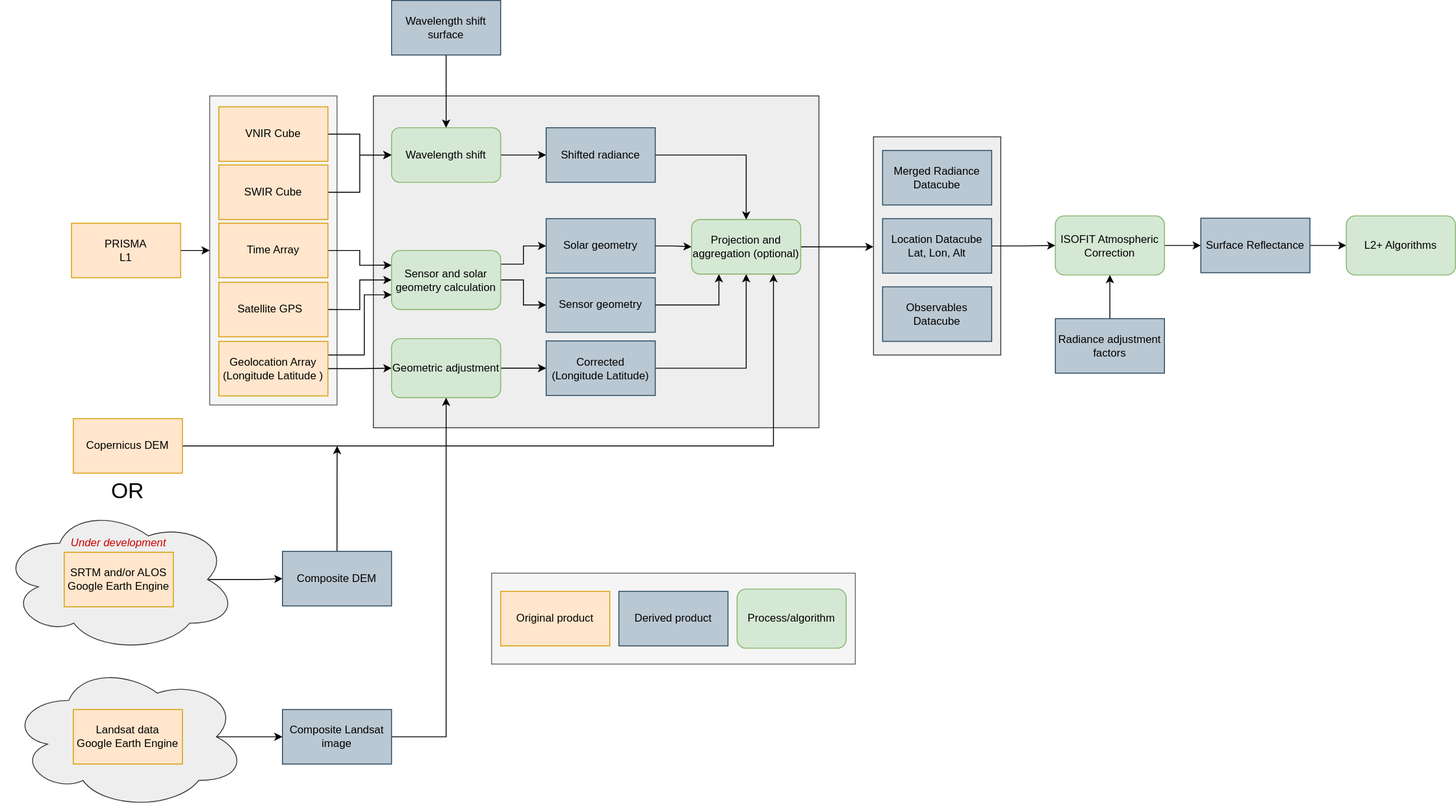
Before: figures/prisma_workflow.svg, a diagram exported from draw.io (sister-jpl/sister). Source tidied: cells renumbered, new cells last; positions are measured from the earlier drawing's top-left corner, leaving out a move shared by most shapes.
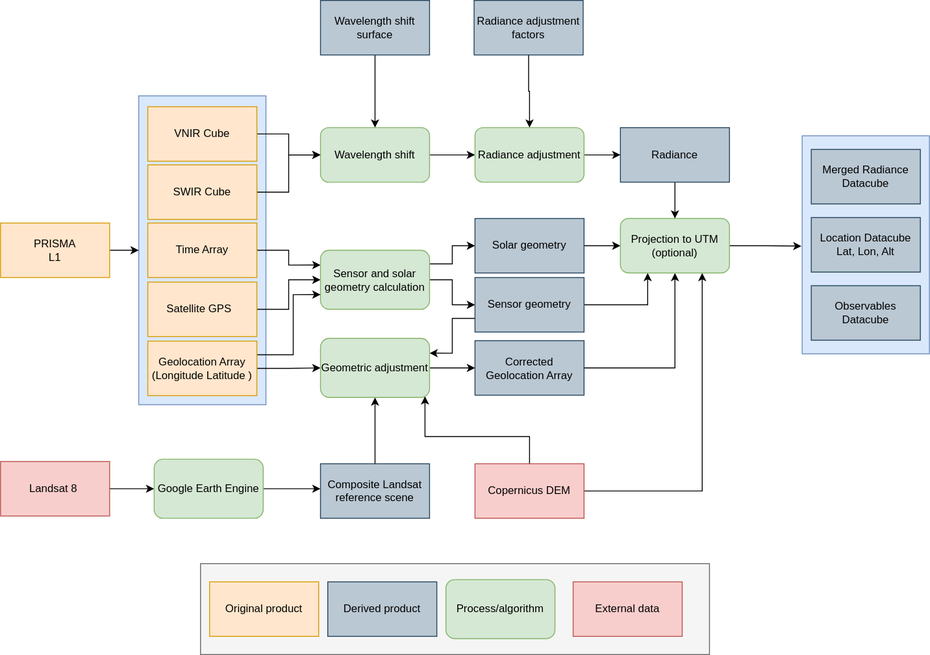
After the change.

Commit message:
Updated readme and workflow figure

Change to the diagram source:
```diff
@@ -1,2 +1,2 @@
-<mxGraphModel background="#FFFFFF">
+<mxGraphModel>
   <root>
@@ -4,14 +4,8 @@
     <mxCell id="1" parent="0" />
-    <mxCell id="2" style="rounded=0;whiteSpace=wrap;html=1;fillColor=#eeeeee;strokeColor=#36393d;" parent="1" vertex="1">
-      <mxGeometry x="410" y="105" width="490" height="365" as="geometry" />
-    </mxCell>
-    <mxCell id="3" style="edgeStyle=orthogonalEdgeStyle;rounded=0;jettySize=auto;html=1;exitX=0.875;exitY=0.5;exitDx=0;exitDy=0;entryX=0;entryY=0.5;entryDx=0;entryDy=0;exitPerimeter=0;" parent="1" edge="1" source="43" target="47">
-      <mxGeometry relative="1" as="geometry" />
-    </mxCell>
-    <mxCell id="4" style="rounded=0;whiteSpace=wrap;html=1;fillColor=#f5f5f5;strokeColor=#666666;fontColor=#333333;" parent="1" vertex="1">
-      <mxGeometry x="230" y="105" width="140" height="340" as="geometry" />
-    </mxCell>
-    <mxCell id="5" style="edgeStyle=orthogonalEdgeStyle;rounded=0;jettySize=auto;html=1;entryX=0;entryY=0.5;entryDx=0;entryDy=0;" parent="1" edge="1" source="6" target="4">
-      <mxGeometry relative="1" as="geometry" />
-    </mxCell>
+    <mxCell id="70" style="rounded=0;whiteSpace=wrap;html=1;fillColor=#dae8fc;strokeColor=#6c8ebf;" parent="1" vertex="1">
+      <mxGeometry x="230" y="105" width="140" height="340" as="geometry" />
+    </mxCell>
+    <mxCell id="71" style="edgeStyle=orthogonalEdgeStyle;rounded=0;jettySize=auto;html=1;entryX=0;entryY=0.5;entryDx=0;entryDy=0;" parent="1" edge="1" source="6" target="70">
+      <mxGeometry relative="1" as="geometry" />
+    </mxCell>
     <mxCell id="6" value="PRISMA&lt;br&gt;L1" style="rounded=0;whiteSpace=wrap;html=1;fillColor=#ffe6cc;strokeColor=#d79b00;" parent="1" vertex="1">
@@ -19,13 +13,7 @@
     </mxCell>
-    <mxCell id="7" style="edgeStyle=orthogonalEdgeStyle;rounded=0;jettySize=auto;html=1;entryX=0.5;entryY=1;entryDx=0;entryDy=0;" parent="1" edge="1" source="8" target="38">
-      <mxGeometry relative="1" as="geometry" />
-    </mxCell>
-    <mxCell id="8" value="Radiance adjustment factors" style="rounded=0;whiteSpace=wrap;html=1;fillColor=#bac8d3;strokeColor=#23445d;" parent="1" vertex="1">
-      <mxGeometry x="1160" y="350" width="120" height="60" as="geometry" />
-    </mxCell>
-    <mxCell id="9" style="edgeStyle=orthogonalEdgeStyle;rounded=0;jettySize=auto;html=1;entryX=0;entryY=0.5;entryDx=0;entryDy=0;" parent="1" edge="1" source="10">
-      <mxGeometry relative="1" as="geometry">
-        <mxPoint x="600" y="170" as="targetPoint" />
-      </mxGeometry>
-    </mxCell>
+    <mxCell id="72" style="edgeStyle=orthogonalEdgeStyle;rounded=0;jettySize=auto;html=1;entryX=0;entryY=0.5;entryDx=0;entryDy=0;" parent="1" edge="1" source="10">
+      <mxGeometry relative="1" as="geometry">
+        <mxPoint x="600" y="170" as="targetPoint" />
+      </mxGeometry>
+    </mxCell>
     <mxCell id="10" value="Wavelength shift" style="rounded=1;whiteSpace=wrap;html=1;fillColor=#d5e8d4;strokeColor=#82b366;" parent="1" vertex="1">
@@ -63,7 +51,15 @@
     </mxCell>
-    <mxCell id="21" style="edgeStyle=orthogonalEdgeStyle;rounded=0;jettySize=auto;html=1;entryX=0.75;entryY=1;entryDx=0;entryDy=0;" parent="1" edge="1" source="22" target="58">
-      <mxGeometry relative="1" as="geometry" />
-    </mxCell>
+    <mxCell id="73" style="edgeStyle=orthogonalEdgeStyle;rounded=0;jettySize=auto;html=1;entryX=0.75;entryY=1;entryDx=0;entryDy=0;" parent="1" edge="1" source="22" target="84">
+      <mxGeometry relative="1" as="geometry" />
+    </mxCell>
+    <mxCell id="74" style="edgeStyle=orthogonalEdgeStyle;rounded=0;jettySize=auto;html=1;entryX=0.958;entryY=0.981;entryDx=0;entryDy=0;entryPerimeter=0;" parent="1" edge="1" source="22" target="56">
+      <mxGeometry relative="1" as="geometry">
+        <Array as="points">
+          <mxPoint x="660" y="480" />
+          <mxPoint x="545" y="480" />
+        </Array>
+      </mxGeometry>
+    </mxCell>
-    <mxCell id="22" value="Copernicus DEM" style="rounded=0;whiteSpace=wrap;html=1;fillColor=#ffe6cc;strokeColor=#d79b00;" parent="1" vertex="1">
-      <mxGeometry x="80" y="460" width="120" height="60" as="geometry" />
+    <mxCell id="22" value="Copernicus DEM" style="rounded=0;whiteSpace=wrap;html=1;fillColor=#f8cecc;strokeColor=#b85450;" parent="1" vertex="1">
+      <mxGeometry x="600" y="510" width="120" height="60" as="geometry" />
     </mxCell>
@@ -97,15 +93,19 @@
     </mxCell>
-    <mxCell id="29" style="edgeStyle=orthogonalEdgeStyle;rounded=0;jettySize=auto;html=1;entryX=0.5;entryY=1;entryDx=0;entryDy=0;" parent="1" edge="1" source="30" target="56">
-      <mxGeometry relative="1" as="geometry">
-        <Array as="points">
-          <mxPoint x="490" y="810" />
-        </Array>
-      </mxGeometry>
-    </mxCell>
-    <mxCell id="30" value="Composite Landsat image" style="rounded=0;whiteSpace=wrap;html=1;fillColor=#bac8d3;strokeColor=#23445d;" parent="1" vertex="1">
-      <mxGeometry x="310" y="780" width="120" height="60" as="geometry" />
-    </mxCell>
-    <mxCell id="31" style="edgeStyle=orthogonalEdgeStyle;rounded=0;jettySize=auto;html=1;entryX=0.25;entryY=1;entryDx=0;entryDy=0;" parent="1" edge="1" source="32" target="58">
-      <mxGeometry relative="1" as="geometry" />
-    </mxCell>
+    <mxCell id="75" style="edgeStyle=orthogonalEdgeStyle;rounded=0;jettySize=auto;html=1;entryX=0.5;entryY=1;entryDx=0;entryDy=0;" parent="1" edge="1" source="76" target="56">
+      <mxGeometry relative="1" as="geometry" />
+    </mxCell>
+    <mxCell id="76" value="Composite Landsat reference scene" style="rounded=0;whiteSpace=wrap;html=1;fillColor=#bac8d3;strokeColor=#23445d;" parent="1" vertex="1">
+      <mxGeometry x="430" y="510" width="120" height="60" as="geometry" />
+    </mxCell>
+    <mxCell id="77" style="edgeStyle=orthogonalEdgeStyle;rounded=0;jettySize=auto;html=1;entryX=0.25;entryY=1;entryDx=0;entryDy=0;" parent="1" edge="1" source="32" target="84">
+      <mxGeometry relative="1" as="geometry" />
+    </mxCell>
+    <mxCell id="78" style="edgeStyle=orthogonalEdgeStyle;rounded=0;jettySize=auto;html=1;entryX=1;entryY=0.25;entryDx=0;entryDy=0;" parent="1" edge="1" source="32" target="56">
+      <mxGeometry relative="1" as="geometry">
+        <Array as="points">
+          <mxPoint x="575" y="350" />
+          <mxPoint x="575" y="388" />
+        </Array>
+      </mxGeometry>
+    </mxCell>
     <mxCell id="32" value="Sensor geometry" style="rounded=0;whiteSpace=wrap;html=1;fillColor=#bac8d3;strokeColor=#23445d;" parent="1" vertex="1">
@@ -113,5 +113,5 @@
     </mxCell>
-    <mxCell id="33" style="edgeStyle=orthogonalEdgeStyle;rounded=0;jettySize=auto;html=1;entryX=0;entryY=0.5;entryDx=0;entryDy=0;" parent="1" edge="1" source="34" target="58">
-      <mxGeometry relative="1" as="geometry" />
-    </mxCell>
+    <mxCell id="79" style="edgeStyle=orthogonalEdgeStyle;rounded=0;jettySize=auto;html=1;entryX=0;entryY=0.5;entryDx=0;entryDy=0;" parent="1" edge="1" source="34" target="84">
+      <mxGeometry relative="1" as="geometry" />
+    </mxCell>
     <mxCell id="34" value="Solar geometry" style="rounded=0;whiteSpace=wrap;html=1;fillColor=#bac8d3;strokeColor=#23445d;" parent="1" vertex="1">
@@ -119,111 +119,82 @@
     </mxCell>
-    <mxCell id="35" style="edgeStyle=orthogonalEdgeStyle;rounded=0;jettySize=auto;html=1;entryX=0.5;entryY=1;entryDx=0;entryDy=0;" parent="1" edge="1" source="36" target="58">
-      <mxGeometry relative="1" as="geometry" />
-    </mxCell>
-    <mxCell id="36" value="Corrected&lt;br&gt;(Longitude Latitude)" style="rounded=0;whiteSpace=wrap;html=1;fillColor=#bac8d3;strokeColor=#23445d;" parent="1" vertex="1">
-      <mxGeometry x="600" y="374.5" width="120" height="60" as="geometry" />
-    </mxCell>
-    <mxCell id="37" style="edgeStyle=orthogonalEdgeStyle;rounded=0;jettySize=auto;html=1;exitX=1;exitY=0.5;exitDx=0;exitDy=0;entryX=0;entryY=0.5;entryDx=0;entryDy=0;" parent="1" edge="1" source="38" target="68">
-      <mxGeometry relative="1" as="geometry" />
-    </mxCell>
-    <mxCell id="38" value="ISOFIT Atmospheric Correction" style="rounded=1;whiteSpace=wrap;html=1;fillColor=#d5e8d4;strokeColor=#82b366;" parent="1" vertex="1">
-      <mxGeometry x="1160" y="237" width="120" height="65" as="geometry" />
-    </mxCell>
-    <mxCell id="39" style="group;" parent="1" vertex="1">
-      <mxGeometry x="10" y="730" width="260" height="160" as="geometry" />
-    </mxCell>
-    <mxCell id="40" style="ellipse;shape=cloud;whiteSpace=wrap;html=1;fillColor=#eeeeee;strokeColor=#36393d;" parent="39" vertex="1">
-      <mxGeometry width="260" height="160" as="geometry" />
-    </mxCell>
-    <mxCell id="41" value="Landsat data&lt;br&gt;Google Earth Engine" style="rounded=0;whiteSpace=wrap;html=1;fillColor=#ffe6cc;strokeColor=#d79b00;" parent="39" vertex="1">
-      <mxGeometry x="70" y="50" width="120" height="60" as="geometry" />
-    </mxCell>
-    <mxCell id="42" style="group;" parent="1" vertex="1">
-      <mxGeometry y="557" width="260" height="160" as="geometry" />
-    </mxCell>
-    <mxCell id="43" style="ellipse;shape=cloud;whiteSpace=wrap;html=1;fillColor=#eeeeee;strokeColor=#36393d;" parent="42" vertex="1">
-      <mxGeometry width="260" height="160" as="geometry" />
-    </mxCell>
-    <mxCell id="44" value="SRTM and/or ALOS&lt;br&gt;Google Earth Engine" style="rounded=0;whiteSpace=wrap;html=1;fillColor=#ffe6cc;strokeColor=#d79b00;" parent="42" vertex="1">
-      <mxGeometry x="70" y="50" width="120" height="60" as="geometry" />
-    </mxCell>
-    <mxCell id="45" value="&lt;font color=&quot;#cc0000&quot;&gt;&lt;i&gt;Under development&lt;/i&gt;&lt;/font&gt;" style="text;html=1;strokeColor=none;fillColor=none;align=center;verticalAlign=middle;whiteSpace=wrap;rounded=0;dashed=1;" parent="42" vertex="1">
-      <mxGeometry x="74" y="30" width="112" height="20" as="geometry" />
-    </mxCell>
-    <mxCell id="46" style="edgeStyle=orthogonalEdgeStyle;rounded=0;jettySize=auto;html=1;exitX=0.5;exitY=0;exitDx=0;exitDy=0;" parent="1" edge="1" source="47">
-      <mxGeometry relative="1" as="geometry">
-        <mxPoint x="370.1" y="490" as="targetPoint" />
-      </mxGeometry>
-    </mxCell>
-    <mxCell id="47" value="Composite DEM" style="rounded=0;whiteSpace=wrap;html=1;fillColor=#bac8d3;strokeColor=#23445d;" parent="1" vertex="1">
-      <mxGeometry x="310" y="606" width="120" height="60" as="geometry" />
-    </mxCell>
-    <mxCell id="48" style="group;" parent="1" vertex="1">
-      <mxGeometry x="540" y="630" width="400" height="100" as="geometry" />
-    </mxCell>
-    <mxCell id="49" style="rounded=0;whiteSpace=wrap;html=1;fillColor=#f5f5f5;strokeColor=#666666;fontColor=#333333;" parent="48" vertex="1">
-      <mxGeometry width="400" height="100" as="geometry" />
-    </mxCell>
+    <mxCell id="80" style="edgeStyle=orthogonalEdgeStyle;rounded=0;jettySize=auto;html=1;entryX=0.5;entryY=1;entryDx=0;entryDy=0;" parent="1" edge="1" source="81" target="84">
+      <mxGeometry relative="1" as="geometry" />
+    </mxCell>
+    <mxCell id="81" value="Corrected&lt;br&gt;Geolocation Array" style="rounded=0;whiteSpace=wrap;html=1;fillColor=#bac8d3;strokeColor=#23445d;" parent="1" vertex="1">
+      <mxGeometry x="600" y="374.5" width="120" height="60" as="geometry" />
+    </mxCell>
+    <mxCell id="82" style="edgeStyle=orthogonalEdgeStyle;rounded=0;jettySize=auto;html=1;exitX=1;exitY=0.5;exitDx=0;exitDy=0;entryX=0;entryY=0.5;entryDx=0;entryDy=0;" parent="1" edge="1" source="56" target="81">
+      <mxGeometry relative="1" as="geometry" />
+    </mxCell>
+    <mxCell id="56" value="Geometric adjustment" style="rounded=1;whiteSpace=wrap;html=1;fillColor=#d5e8d4;strokeColor=#82b366;" parent="1" vertex="1">
+      <mxGeometry x="430" y="372" width="120" height="65" as="geometry" />
+    </mxCell>
+    <mxCell id="83" style="edgeStyle=orthogonalEdgeStyle;rounded=0;jettySize=auto;html=1;entryX=-0.006;entryY=0.506;entryDx=0;entryDy=0;entryPerimeter=0;" parent="1" edge="1" source="84" target="88">
+      <mxGeometry relative="1" as="geometry" />
+    </mxCell>
+    <mxCell id="84" value="Projection to UTM (optional)" style="rounded=1;whiteSpace=wrap;html=1;fillColor=#d5e8d4;strokeColor=#82b366;" parent="1" vertex="1">
+      <mxGeometry x="760" y="240" width="120" height="60" as="geometry" />
+    </mxCell>
+    <mxCell id="85" style="edgeStyle=orthogonalEdgeStyle;rounded=0;jettySize=auto;html=1;entryX=0.5;entryY=0;entryDx=0;entryDy=0;" parent="1" edge="1" source="86" target="84">
+      <mxGeometry relative="1" as="geometry" />
+    </mxCell>
+    <mxCell id="86" value="Radiance" style="rounded=0;whiteSpace=wrap;html=1;fillColor=#bac8d3;strokeColor=#23445d;" parent="1" vertex="1">
+      <mxGeometry x="760" y="140" width="120" height="60" as="geometry" />
+    </mxCell>
+    <mxCell id="87" style="group;" parent="1" vertex="1">
+      <mxGeometry x="960" y="149" width="140" height="240" as="geometry" />
+    </mxCell>
+    <mxCell id="88" style="rounded=0;whiteSpace=wrap;html=1;fillColor=#dae8fc;strokeColor=#6c8ebf;" parent="87" vertex="1">
+      <mxGeometry width="140" height="240" as="geometry" />
+    </mxCell>
+    <mxCell id="63" value="Location Datacube&lt;br&gt;Lat, Lon, Alt" style="rounded=0;whiteSpace=wrap;html=1;fillColor=#bac8d3;strokeColor=#23445d;" parent="87" vertex="1">
+      <mxGeometry x="10" y="90" width="120" height="60" as="geometry" />
+    </mxCell>
+    <mxCell id="64" value="Merged Radiance&lt;br&gt;Datacube" style="rounded=0;whiteSpace=wrap;html=1;fillColor=#bac8d3;strokeColor=#23445d;" parent="87" vertex="1">
+      <mxGeometry x="10" y="15" width="120" height="60" as="geometry" />
+    </mxCell>
+    <mxCell id="65" value="Observables Datacube&lt;br&gt;" style="rounded=0;whiteSpace=wrap;html=1;fillColor=#bac8d3;strokeColor=#23445d;" parent="87" vertex="1">
+      <mxGeometry x="10" y="165" width="120" height="60" as="geometry" />
+    </mxCell>
+    <mxCell id="89" style="edgeStyle=orthogonalEdgeStyle;rounded=0;jettySize=auto;html=1;entryX=0.5;entryY=0;entryDx=0;entryDy=0;" parent="1" edge="1" source="8" target="91">
+      <mxGeometry relative="1" as="geometry" />
+    </mxCell>
+    <mxCell id="8" value="Radiance adjustment factors" style="rounded=0;whiteSpace=wrap;html=1;fillColor=#bac8d3;strokeColor=#23445d;" parent="1" vertex="1">
+      <mxGeometry x="599" width="120" height="60" as="geometry" />
+    </mxCell>
+    <mxCell id="90" style="edgeStyle=orthogonalEdgeStyle;rounded=0;jettySize=auto;html=1;entryX=0;entryY=0.5;entryDx=0;entryDy=0;" parent="1" edge="1" source="91" target="86">
+      <mxGeometry relative="1" as="geometry" />
+    </mxCell>
+    <mxCell id="91" value="Radiance adjustment" style="rounded=1;whiteSpace=wrap;html=1;fillColor=#d5e8d4;strokeColor=#82b366;" parent="1" vertex="1">
+      <mxGeometry x="600" y="140" width="120" height="60" as="geometry" />
+    </mxCell>
+    <mxCell id="92" style="edgeStyle=orthogonalEdgeStyle;rounded=0;jettySize=auto;html=1;" parent="1" edge="1" source="93" target="95">
+      <mxGeometry relative="1" as="geometry" />
+    </mxCell>
+    <mxCell id="93" value="Landsat 8&amp;nbsp;" style="rounded=0;whiteSpace=wrap;html=1;fillColor=#f8cecc;strokeColor=#b85450;" parent="1" vertex="1">
+      <mxGeometry x="78" y="507.5" width="120" height="60" as="geometry" />
+    </mxCell>
+    <mxCell id="94" style="edgeStyle=orthogonalEdgeStyle;rounded=0;jettySize=auto;html=1;" parent="1" edge="1" source="95">
+      <mxGeometry relative="1" as="geometry">
+        <mxPoint x="430" y="537.5" as="targetPoint" />
+      </mxGeometry>
+    </mxCell>
+    <mxCell id="95" value="Google Earth Engine" style="rounded=1;whiteSpace=wrap;html=1;fillColor=#d5e8d4;strokeColor=#82b366;" parent="1" vertex="1">
+      <mxGeometry x="247" y="505" width="120" height="65" as="geometry" />
+    </mxCell>
+    <mxCell id="96" style="rounded=0;whiteSpace=wrap;html=1;fillColor=#f5f5f5;strokeColor=#666666;fontColor=#333333;" parent="1" vertex="1">
+      <mxGeometry x="298" y="620" width="560" height="100" as="geometry" />
+    </mxCell>
-    <mxCell id="50" value="Original product" style="rounded=0;whiteSpace=wrap;html=1;fillColor=#ffe6cc;strokeColor=#d79b00;" parent="48" vertex="1">
-      <mxGeometry x="10" y="20" width="120" height="60" as="geometry" />
+    <mxCell id="50" value="Original product" style="rounded=0;whiteSpace=wrap;html=1;fillColor=#ffe6cc;strokeColor=#d79b00;" parent="1" vertex="1">
+      <mxGeometry x="308" y="640" width="120" height="60" as="geometry" />
     </mxCell>
-    <mxCell id="51" value="Derived product" style="rounded=0;whiteSpace=wrap;html=1;fillColor=#bac8d3;strokeColor=#23445d;" parent="48" vertex="1">
-      <mxGeometry x="140" y="20" width="120" height="60" as="geometry" />
+    <mxCell id="51" value="Derived product" style="rounded=0;whiteSpace=wrap;html=1;fillColor=#bac8d3;strokeColor=#23445d;" parent="1" vertex="1">
+      <mxGeometry x="438" y="640" width="120" height="60" as="geometry" />
     </mxCell>
-    <mxCell id="52" value="Process/algorithm" style="rounded=1;whiteSpace=wrap;html=1;fillColor=#d5e8d4;strokeColor=#82b366;" parent="48" vertex="1">
-      <mxGeometry x="270" y="17.5" width="120" height="65" as="geometry" />
+    <mxCell id="52" value="Process/algorithm" style="rounded=1;whiteSpace=wrap;html=1;fillColor=#d5e8d4;strokeColor=#82b366;" parent="1" vertex="1">
+      <mxGeometry x="568" y="637.5" width="120" height="65" as="geometry" />
     </mxCell>
-    <mxCell id="53" value="&lt;font style=&quot;font-size: 24px&quot;&gt;OR&lt;/font&gt;" style="text;html=1;strokeColor=none;fillColor=none;align=center;verticalAlign=middle;whiteSpace=wrap;rounded=0;" parent="1" vertex="1">
-      <mxGeometry x="120" y="530" width="40" height="20" as="geometry" />
-    </mxCell>
-    <mxCell id="54" style="edgeStyle=orthogonalEdgeStyle;rounded=0;jettySize=auto;html=1;entryX=0;entryY=0.5;entryDx=0;entryDy=0;exitX=0.875;exitY=0.5;exitDx=0;exitDy=0;exitPerimeter=0;" parent="1" edge="1" source="40" target="30">
-      <mxGeometry relative="1" as="geometry" />
-    </mxCell>
-    <mxCell id="55" style="edgeStyle=orthogonalEdgeStyle;rounded=0;jettySize=auto;html=1;exitX=1;exitY=0.5;exitDx=0;exitDy=0;entryX=0;entryY=0.5;entryDx=0;entryDy=0;" parent="1" edge="1" source="56" target="36">
-      <mxGeometry relative="1" as="geometry" />
-    </mxCell>
-    <mxCell id="56" value="Geometric adjustment" style="rounded=1;whiteSpace=wrap;html=1;fillColor=#d5e8d4;strokeColor=#82b366;" parent="1" vertex="1">
-      <mxGeometry x="430" y="372" width="120" height="65" as="geometry" />
-    </mxCell>
-    <mxCell id="57" style="edgeStyle=orthogonalEdgeStyle;rounded=0;jettySize=auto;html=1;" parent="1" edge="1" source="58">
-      <mxGeometry relative="1" as="geometry">
-        <mxPoint x="960" y="271" as="targetPoint" />
-      </mxGeometry>
-    </mxCell>
-    <mxCell id="58" value="Projection and aggregation (optional)" style="rounded=1;whiteSpace=wrap;html=1;fillColor=#d5e8d4;strokeColor=#82b366;" parent="1" vertex="1">
-      <mxGeometry x="760" y="241" width="120" height="60" as="geometry" />
-    </mxCell>
-    <mxCell id="59" style="edgeStyle=orthogonalEdgeStyle;rounded=0;jettySize=auto;html=1;entryX=0.5;entryY=0;entryDx=0;entryDy=0;" parent="1" edge="1" source="60" target="58">
-      <mxGeometry relative="1" as="geometry" />
-    </mxCell>
-    <mxCell id="60" value="Shifted radiance" style="rounded=0;whiteSpace=wrap;html=1;fillColor=#bac8d3;strokeColor=#23445d;" parent="1" vertex="1">
-      <mxGeometry x="600" y="140" width="120" height="60" as="geometry" />
-    </mxCell>
-    <mxCell id="61" style="group;" parent="1" vertex="1">
-      <mxGeometry x="960" y="150" width="140" height="240" as="geometry" />
-    </mxCell>
-    <mxCell id="62" style="rounded=0;whiteSpace=wrap;html=1;fillColor=#eeeeee;strokeColor=#36393d;" parent="61" vertex="1">
-      <mxGeometry width="140" height="240" as="geometry" />
-    </mxCell>
-    <mxCell id="63" value="Location Datacube&lt;br&gt;Lat, Lon, Alt" style="rounded=0;whiteSpace=wrap;html=1;fillColor=#bac8d3;strokeColor=#23445d;" parent="61" vertex="1">
-      <mxGeometry x="10" y="90" width="120" height="60" as="geometry" />
-    </mxCell>
-    <mxCell id="64" value="Merged Radiance&lt;br&gt;Datacube" style="rounded=0;whiteSpace=wrap;html=1;fillColor=#bac8d3;strokeColor=#23445d;" parent="61" vertex="1">
-      <mxGeometry x="10" y="15" width="120" height="60" as="geometry" />
-    </mxCell>
-    <mxCell id="65" value="Observables Datacube&lt;br&gt;" style="rounded=0;whiteSpace=wrap;html=1;fillColor=#bac8d3;strokeColor=#23445d;" parent="61" vertex="1">
-      <mxGeometry x="10" y="165" width="120" height="60" as="geometry" />
-    </mxCell>
-    <mxCell id="66" style="edgeStyle=orthogonalEdgeStyle;rounded=0;jettySize=auto;html=1;entryX=0;entryY=0.5;entryDx=0;entryDy=0;" parent="1" edge="1" source="63" target="38">
-      <mxGeometry relative="1" as="geometry" />
-    </mxCell>
-    <mxCell id="67" style="edgeStyle=orthogonalEdgeStyle;rounded=0;jettySize=auto;html=1;entryX=0;entryY=0.5;entryDx=0;entryDy=0;" parent="1" edge="1" source="68" target="69">
-      <mxGeometry relative="1" as="geometry" />
-    </mxCell>
-    <mxCell id="68" value="Surface Reflectance" style="rounded=0;whiteSpace=wrap;html=1;fillColor=#bac8d3;strokeColor=#23445d;" parent="1" vertex="1">
-      <mxGeometry x="1320" y="239.5" width="120" height="60" as="geometry" />
-    </mxCell>
-    <mxCell id="69" value="L2+ Algorithms" style="rounded=1;whiteSpace=wrap;html=1;fillColor=#d5e8d4;strokeColor=#82b366;" parent="1" vertex="1">
-      <mxGeometry x="1480" y="237" width="120" height="65" as="geometry" />
-    </mxCell>
+    <mxCell id="97" value="External data" style="rounded=0;whiteSpace=wrap;html=1;fillColor=#f8cecc;strokeColor=#b85450;" parent="1" vertex="1">
+      <mxGeometry x="708" y="640" width="120" height="60" as="geometry" />
+    </mxCell>
   </root>
```
